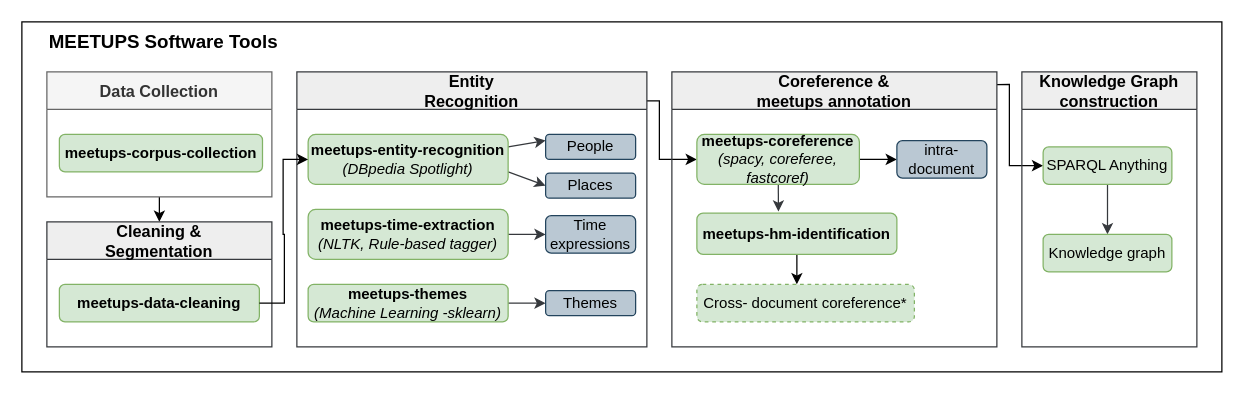
This is page "software-components" (2 of 2) of meetups-pipeline.drawio from polifonia-project/meetups-knowledge-graph, a draw.io file, before an edit. Source tidied: cells renumbered, new cells numbered last; positions are measured from the earlier drawing's top-left corner, leaving out a move shared by most shapes. Both pictures are drawn from the tidied source at 125%, with x=0, y=0 at pixel (21, 21).
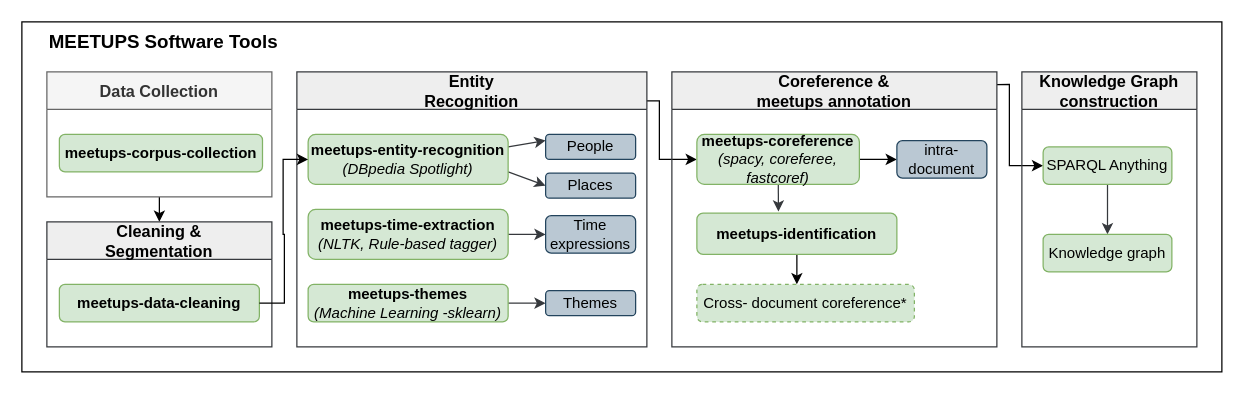
The same page after the edit.

The change refers to these unchanged cells:
```xml
<mxCell id="22" value="Coreference &amp; &#10;meetups annotation" style="swimlane;startSize=30;fillColor=#eeeeee;strokeColor=#36393d;fontSize=13;" parent="1" vertex="1">
  <mxGeometry x="520" y="40" width="260" height="220" as="geometry" />
</mxCell>
```

Diff of the diagram source:
```diff
@@
-    <mxCell id="27" value="meetups-hm-identification" style="rounded=1;whiteSpace=wrap;html=1;fillColor=#d5e8d4;strokeColor=#82b366;fontSize=12;fontStyle=1;" parent="22" vertex="1">
+    <mxCell id="27" value="meetups-identification" style="rounded=1;whiteSpace=wrap;html=1;fillColor=#d5e8d4;strokeColor=#82b366;fontSize=12;fontStyle=1;" parent="22" vertex="1">
       <mxGeometry x="20" y="113" width="160" height="33" as="geometry" />
     </mxCell>
```
